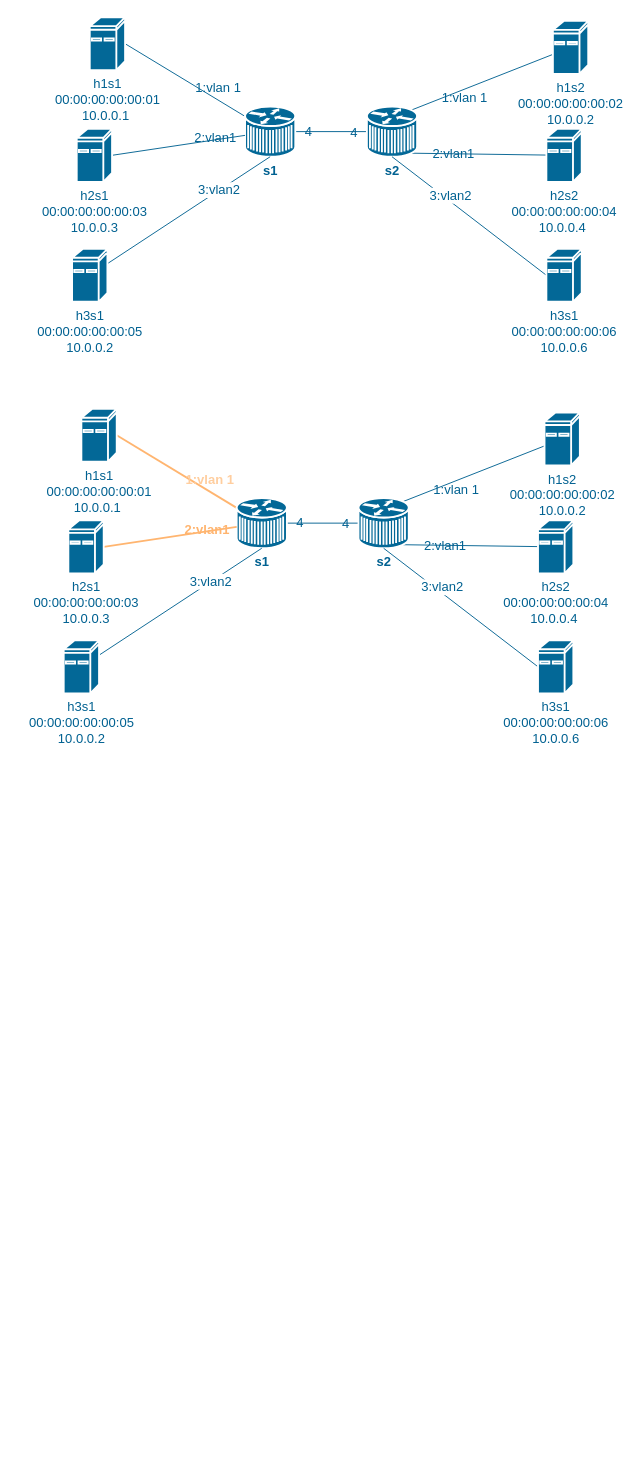
This is page "openvswitch-vlan" (7 of 8) of SDN.drawio from waterwatermelon/graph, a draw.io file, before an edit. Source tidied: cells renumbered, new cells numbered last; positions are measured from the earlier drawing's top-left corner, leaving out a move shared by most shapes. Both pictures are drawn from the tidied source at 93%, with x=0, y=0 at pixel (63, 17).
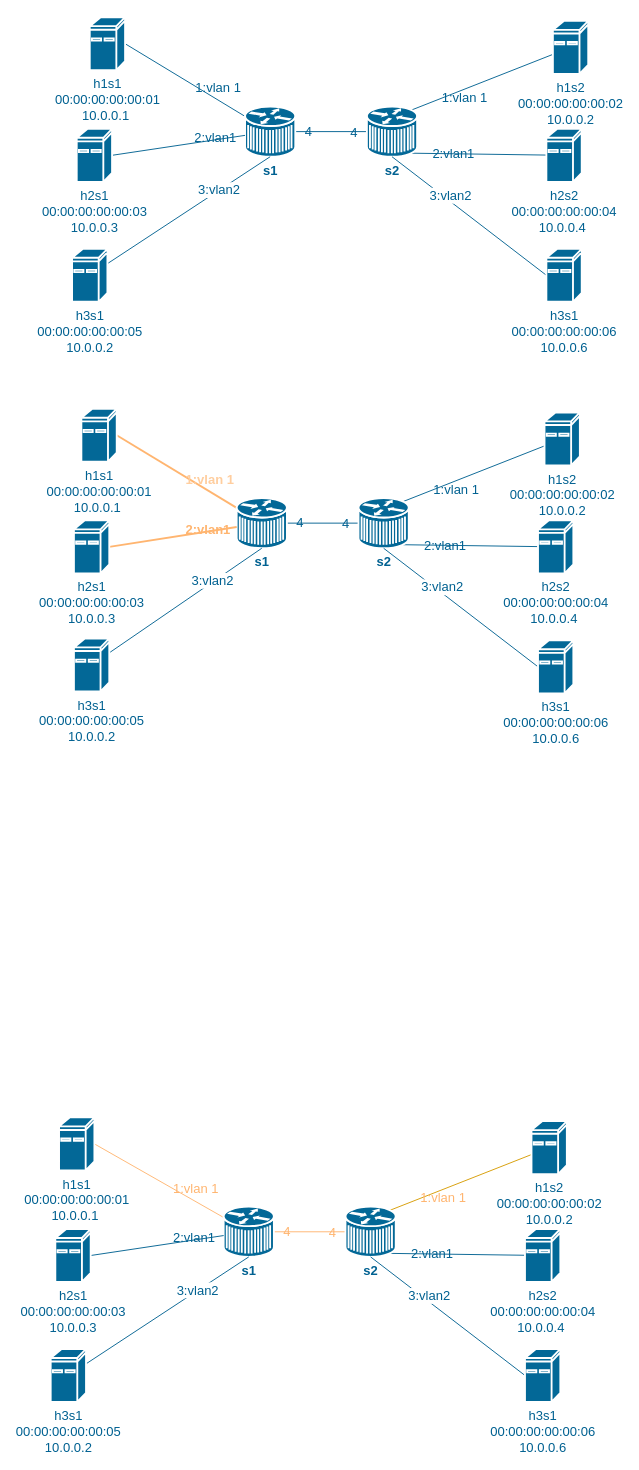
The same page after the edit.

What changed in the source:
```diff
@@
     <mxCell id="39" value="&lt;span style=&quot;color: rgb(0 , 97 , 145) ; font-size: 14px&quot;&gt;h2s1&lt;/span&gt;&lt;br style=&quot;color: rgb(0 , 97 , 145) ; font-size: 14px&quot;&gt;&lt;span style=&quot;color: rgb(0 , 97 , 145) ; font-size: 14px&quot;&gt;00:00:00:00:00:03&lt;/span&gt;&lt;br style=&quot;color: rgb(0 , 97 , 145) ; font-size: 14px&quot;&gt;&lt;span style=&quot;color: rgb(0 , 97 , 145) ; font-size: 14px&quot;&gt;10.0.0.3&lt;/span&gt;" style="shape=mxgraph.cisco.computers_and_peripherals.ibm_mini_as400;html=1;dashed=0;fillColor=#036897;strokeColor=#ffffff;strokeWidth=2;verticalLabelPosition=bottom;verticalAlign=top;align=center;outlineConnect=0;labelBackgroundColor=none;labelBorderColor=none;" parent="1" vertex="1">
-      <mxGeometry x="5" y="541" width="38" height="57" as="geometry" />
+      <mxGeometry x="11" y="541" width="38" height="57" as="geometry" />
     </mxCell>
@@
     <mxCell id="44" value="&lt;span style=&quot;color: rgb(0 , 97 , 145) ; font-size: 14px&quot;&gt;h3s1&lt;/span&gt;&lt;br style=&quot;color: rgb(0 , 97 , 145) ; font-size: 14px&quot;&gt;&lt;span style=&quot;color: rgb(0 , 97 , 145) ; font-size: 14px&quot;&gt;00:00:00:00:00:05&lt;/span&gt;&lt;br style=&quot;color: rgb(0 , 97 , 145) ; font-size: 14px&quot;&gt;&lt;span style=&quot;color: rgb(0 , 97 , 145) ; font-size: 14px&quot;&gt;10.0.0.2&lt;/span&gt;" style="shape=mxgraph.cisco.computers_and_peripherals.ibm_mini_as400;html=1;dashed=0;fillColor=#036897;strokeColor=#ffffff;strokeWidth=2;verticalLabelPosition=bottom;verticalAlign=top;align=center;outlineConnect=0;labelBackgroundColor=none;labelBorderColor=none;" parent="1" vertex="1">
-      <mxGeometry y="670" width="38" height="57" as="geometry" />
+      <mxGeometry x="11" y="668" width="38" height="57" as="geometry" />
     </mxCell>
@@
+    <mxCell id="48" style="edgeStyle=none;rounded=0;orthogonalLoop=1;jettySize=auto;html=1;exitX=0.5;exitY=1;exitDx=0;exitDy=0;exitPerimeter=0;labelBackgroundColor=none;fontSize=14;fontColor=#FFB570;endArrow=none;endFill=0;strokeColor=#FFB570;strokeWidth=2;" parent="1" edge="1" source="44" target="44">
+      <mxGeometry relative="1" as="geometry" />
+    </mxCell>
+    <mxCell id="49" style="rounded=0;jettySize=auto;html=1;exitX=1;exitY=0.5;exitDx=0;exitDy=0;exitPerimeter=0;fontSize=14;endArrow=none;endFill=0;labelBackgroundColor=none;labelBorderColor=none;strokeColor=#FFB570;" parent="1" edge="1" source="51" target="55">
+      <mxGeometry relative="1" as="geometry" />
+    </mxCell>
+    <mxCell id="50" value="&lt;font&gt;1:vlan 1&lt;br&gt;&lt;/font&gt;" style="edgeLabel;html=1;align=center;verticalAlign=middle;fontSize=14;labelBackgroundColor=none;labelBorderColor=none;fontColor=#FFB570;" parent="49" vertex="1">
+      <mxGeometry x="0.8" y="-1" relative="1" as="geometry">
+        <mxPoint x="-16" y="-24" as="offset" />
+      </mxGeometry>
+    </mxCell>
+    <mxCell id="51" value="&lt;font color=&quot;#006191&quot; style=&quot;font-size: 14px&quot;&gt;h1s1&lt;br&gt;00:00:00:00:00:01&lt;br&gt;10.0.0.1&amp;nbsp;&lt;br&gt;&lt;/font&gt;" style="shape=mxgraph.cisco.computers_and_peripherals.ibm_mini_as400;html=1;dashed=0;fillColor=#036897;strokeColor=#ffffff;strokeWidth=2;verticalLabelPosition=bottom;verticalAlign=top;align=center;outlineConnect=0;labelBackgroundColor=none;labelBorderColor=none;" parent="1" vertex="1">
+      <mxGeometry x="-5" y="1183" width="38" height="57" as="geometry" />
+    </mxCell>
+    <mxCell id="52" style="edgeStyle=none;rounded=0;jettySize=auto;html=1;exitX=1;exitY=0.5;exitDx=0;exitDy=0;exitPerimeter=0;entryX=0;entryY=0.5;entryDx=0;entryDy=0;entryPerimeter=0;endArrow=none;endFill=0;fontSize=14;labelBackgroundColor=none;labelBorderColor=none;strokeColor=#FFB570;" parent="1" edge="1" source="55" target="60">
+      <mxGeometry relative="1" as="geometry" />
+    </mxCell>
+    <mxCell id="53" value="4" style="edgeLabel;html=1;align=center;verticalAlign=middle;fontSize=14;labelBackgroundColor=none;labelBorderColor=none;fontColor=#FFB570;" parent="52" vertex="1">
+      <mxGeometry x="0.62" relative="1" as="geometry" />
+    </mxCell>
+    <mxCell id="54" value="4" style="edgeLabel;html=1;align=center;verticalAlign=middle;fontSize=14;labelBackgroundColor=none;labelBorderColor=none;fontColor=#FFB570;" parent="52" vertex="1">
+      <mxGeometry x="-0.67" y="1" relative="1" as="geometry" />
+    </mxCell>
+    <mxCell id="55" value="&lt;font color=&quot;#006191&quot; style=&quot;font-size: 14px&quot;&gt;&lt;b&gt;s1&lt;/b&gt;&lt;/font&gt;&lt;font size=&quot;1&quot;&gt;&lt;br&gt;&lt;/font&gt;" style="shape=mxgraph.cisco.misc.7500ars_(7513);html=1;dashed=0;fillColor=#036897;strokeColor=#ffffff;strokeWidth=2;verticalLabelPosition=bottom;verticalAlign=top;align=center;outlineConnect=0;labelBackgroundColor=none;labelBorderColor=none;" parent="1" vertex="1">
+      <mxGeometry x="172" y="1279" width="54" height="54" as="geometry" />
+    </mxCell>
+    <mxCell id="56" style="edgeStyle=none;rounded=0;jettySize=auto;html=1;exitX=0.89;exitY=0.07;exitDx=0;exitDy=0;exitPerimeter=0;endArrow=none;endFill=0;strokeColor=#d79b00;fontSize=14;labelBackgroundColor=none;labelBorderColor=none;fillColor=#ffe6cc;" parent="1" edge="1" source="60" target="64">
+      <mxGeometry relative="1" as="geometry" />
+    </mxCell>
+    <mxCell id="57" value="1:vlan 1" style="edgeLabel;html=1;align=center;verticalAlign=middle;fontSize=14;labelBackgroundColor=none;labelBorderColor=none;fontColor=#FFB570;" parent="56" vertex="1">
+      <mxGeometry x="-0.71" relative="1" as="geometry">
+        <mxPoint x="34" y="-4" as="offset" />
+      </mxGeometry>
+    </mxCell>
+    <mxCell id="58" style="rounded=0;jettySize=auto;html=1;exitX=0.89;exitY=0.93;exitDx=0;exitDy=0;exitPerimeter=0;endArrow=none;endFill=0;strokeColor=#006191;fontSize=14;labelBackgroundColor=none;labelBorderColor=none;" parent="1" edge="1" source="60" target="65">
+      <mxGeometry relative="1" as="geometry" />
+    </mxCell>
+    <mxCell id="59" value="2:vlan1" style="edgeLabel;html=1;align=center;verticalAlign=middle;fontSize=14;fontColor=#006191;labelBackgroundColor=none;labelBorderColor=none;" parent="58" vertex="1">
+      <mxGeometry x="-0.58" y="-1" relative="1" as="geometry">
+        <mxPoint x="14" y="-1" as="offset" />
+      </mxGeometry>
+    </mxCell>
+    <mxCell id="60" value="&lt;font color=&quot;#006191&quot;&gt;&lt;span style=&quot;font-size: 14px&quot;&gt;&lt;b&gt;s2&lt;/b&gt;&lt;/span&gt;&lt;/font&gt;" style="shape=mxgraph.cisco.misc.7500ars_(7513);html=1;dashed=0;fillColor=#036897;strokeColor=#ffffff;strokeWidth=2;verticalLabelPosition=bottom;verticalAlign=top;align=center;outlineConnect=0;direction=east;labelBackgroundColor=none;labelBorderColor=none;" parent="1" vertex="1">
+      <mxGeometry x="303" y="1279" width="54" height="54" as="geometry" />
+    </mxCell>
+    <mxCell id="61" style="edgeStyle=none;rounded=0;jettySize=auto;html=1;exitX=1;exitY=0.5;exitDx=0;exitDy=0;exitPerimeter=0;endArrow=none;endFill=0;strokeColor=#006191;fontSize=14;labelBackgroundColor=none;labelBorderColor=none;" parent="1" edge="1" source="63" target="55">
+      <mxGeometry relative="1" as="geometry" />
+    </mxCell>
+    <mxCell id="62" value="2:vlan1&amp;nbsp;" style="edgeLabel;html=1;align=center;verticalAlign=middle;fontSize=14;fontColor=#006191;labelBackgroundColor=none;labelBorderColor=none;" parent="61" vertex="1">
+      <mxGeometry x="0.77" relative="1" as="geometry">
+        <mxPoint x="-14" as="offset" />
+      </mxGeometry>
+    </mxCell>
+    <mxCell id="63" value="&lt;span style=&quot;color: rgb(0 , 97 , 145) ; font-size: 14px&quot;&gt;h2s1&lt;/span&gt;&lt;br style=&quot;color: rgb(0 , 97 , 145) ; font-size: 14px&quot;&gt;&lt;span style=&quot;color: rgb(0 , 97 , 145) ; font-size: 14px&quot;&gt;00:00:00:00:00:03&lt;/span&gt;&lt;br style=&quot;color: rgb(0 , 97 , 145) ; font-size: 14px&quot;&gt;&lt;span style=&quot;color: rgb(0 , 97 , 145) ; font-size: 14px&quot;&gt;10.0.0.3&lt;/span&gt;" style="shape=mxgraph.cisco.computers_and_peripherals.ibm_mini_as400;html=1;dashed=0;fillColor=#036897;strokeColor=#ffffff;strokeWidth=2;verticalLabelPosition=bottom;verticalAlign=top;align=center;outlineConnect=0;labelBackgroundColor=none;labelBorderColor=none;" parent="1" vertex="1">
+      <mxGeometry x="-9" y="1303" width="38" height="57" as="geometry" />
+    </mxCell>
+    <mxCell id="64" value="&lt;span style=&quot;color: rgb(0 , 97 , 145) ; font-size: 14px&quot;&gt;h1s2&lt;/span&gt;&lt;br style=&quot;color: rgb(0 , 97 , 145) ; font-size: 14px&quot;&gt;&lt;span style=&quot;color: rgb(0 , 97 , 145) ; font-size: 14px&quot;&gt;00:00:00:00:00:02&lt;/span&gt;&lt;br style=&quot;color: rgb(0 , 97 , 145) ; font-size: 14px&quot;&gt;&lt;span style=&quot;color: rgb(0 , 97 , 145) ; font-size: 14px&quot;&gt;10.0.0.2&lt;/span&gt;" style="shape=mxgraph.cisco.computers_and_peripherals.ibm_mini_as400;html=1;dashed=0;fillColor=#036897;strokeColor=#ffffff;strokeWidth=2;verticalLabelPosition=bottom;verticalAlign=top;align=center;outlineConnect=0;labelBackgroundColor=none;labelBorderColor=none;" parent="1" vertex="1">
+      <mxGeometry x="503" y="1187" width="38" height="57" as="geometry" />
+    </mxCell>
+    <mxCell id="65" value="&lt;span style=&quot;color: rgb(0 , 97 , 145) ; font-size: 14px&quot;&gt;h2s2&lt;/span&gt;&lt;br style=&quot;color: rgb(0 , 97 , 145) ; font-size: 14px&quot;&gt;&lt;span style=&quot;color: rgb(0 , 97 , 145) ; font-size: 14px&quot;&gt;00:00:00:00:00:04&lt;/span&gt;&lt;br style=&quot;color: rgb(0 , 97 , 145) ; font-size: 14px&quot;&gt;&lt;span style=&quot;color: rgb(0 , 97 , 145) ; font-size: 14px&quot;&gt;10.0.0.4&amp;nbsp;&lt;/span&gt;" style="shape=mxgraph.cisco.computers_and_peripherals.ibm_mini_as400;html=1;dashed=0;fillColor=#036897;strokeColor=#ffffff;strokeWidth=2;verticalLabelPosition=bottom;verticalAlign=top;align=center;outlineConnect=0;labelBackgroundColor=none;labelBorderColor=none;" parent="1" vertex="1">
+      <mxGeometry x="496" y="1303" width="38" height="57" as="geometry" />
+    </mxCell>
+    <mxCell id="66" style="rounded=0;jettySize=auto;html=1;entryX=0.5;entryY=1;entryDx=0;entryDy=0;entryPerimeter=0;endArrow=none;endFill=0;labelBackgroundColor=none;labelBorderColor=none;strokeColor=#006191;" parent="1" edge="1" source="68" target="55">
+      <mxGeometry relative="1" as="geometry" />
+    </mxCell>
+    <mxCell id="67" value="3:vlan2" style="edgeLabel;html=1;align=center;verticalAlign=middle;fontSize=14;fontColor=#006191;" parent="66" vertex="1">
+      <mxGeometry x="0.58" y="1" relative="1" as="geometry">
+        <mxPoint x="-18" y="12" as="offset" />
+      </mxGeometry>
+    </mxCell>
+    <mxCell id="68" value="&lt;span style=&quot;color: rgb(0 , 97 , 145) ; font-size: 14px&quot;&gt;h3s1&lt;/span&gt;&lt;br style=&quot;color: rgb(0 , 97 , 145) ; font-size: 14px&quot;&gt;&lt;span style=&quot;color: rgb(0 , 97 , 145) ; font-size: 14px&quot;&gt;00:00:00:00:00:05&lt;/span&gt;&lt;br style=&quot;color: rgb(0 , 97 , 145) ; font-size: 14px&quot;&gt;&lt;span style=&quot;color: rgb(0 , 97 , 145) ; font-size: 14px&quot;&gt;10.0.0.2&lt;/span&gt;" style="shape=mxgraph.cisco.computers_and_peripherals.ibm_mini_as400;html=1;dashed=0;fillColor=#036897;strokeColor=#ffffff;strokeWidth=2;verticalLabelPosition=bottom;verticalAlign=top;align=center;outlineConnect=0;labelBackgroundColor=none;labelBorderColor=none;" parent="1" vertex="1">
+      <mxGeometry x="-14" y="1432" width="38" height="57" as="geometry" />
+    </mxCell>
+    <mxCell id="69" style="edgeStyle=none;rounded=0;jettySize=auto;html=1;exitX=0;exitY=0.5;exitDx=0;exitDy=0;exitPerimeter=0;entryX=0.5;entryY=1;entryDx=0;entryDy=0;entryPerimeter=0;labelBackgroundColor=none;fontColor=#001933;endArrow=none;endFill=0;strokeColor=#006191;" parent="1" edge="1" source="71" target="60">
+      <mxGeometry relative="1" as="geometry" />
+    </mxCell>
+    <mxCell id="70" value="3:vlan2" style="edgeLabel;html=1;align=center;verticalAlign=middle;fontSize=14;fontColor=#006191;" parent="69" vertex="1">
+      <mxGeometry x="0.81" y="-2" relative="1" as="geometry">
+        <mxPoint x="45" y="31" as="offset" />
+      </mxGeometry>
+    </mxCell>
+    <mxCell id="71" value="&lt;span style=&quot;color: rgb(0 , 97 , 145) ; font-size: 14px&quot;&gt;h3s1&lt;/span&gt;&lt;br style=&quot;color: rgb(0 , 97 , 145) ; font-size: 14px&quot;&gt;&lt;span style=&quot;color: rgb(0 , 97 , 145) ; font-size: 14px&quot;&gt;00:00:00:00:00:06&lt;/span&gt;&lt;br style=&quot;color: rgb(0 , 97 , 145) ; font-size: 14px&quot;&gt;&lt;span style=&quot;color: rgb(0 , 97 , 145) ; font-size: 14px&quot;&gt;10.0.0.6&lt;/span&gt;" style="shape=mxgraph.cisco.computers_and_peripherals.ibm_mini_as400;html=1;dashed=0;fillColor=#036897;strokeColor=#ffffff;strokeWidth=2;verticalLabelPosition=bottom;verticalAlign=top;align=center;outlineConnect=0;labelBackgroundColor=none;labelBorderColor=none;" parent="1" vertex="1">
+      <mxGeometry x="496" y="1432" width="38" height="57" as="geometry" />
+    </mxCell>
```
